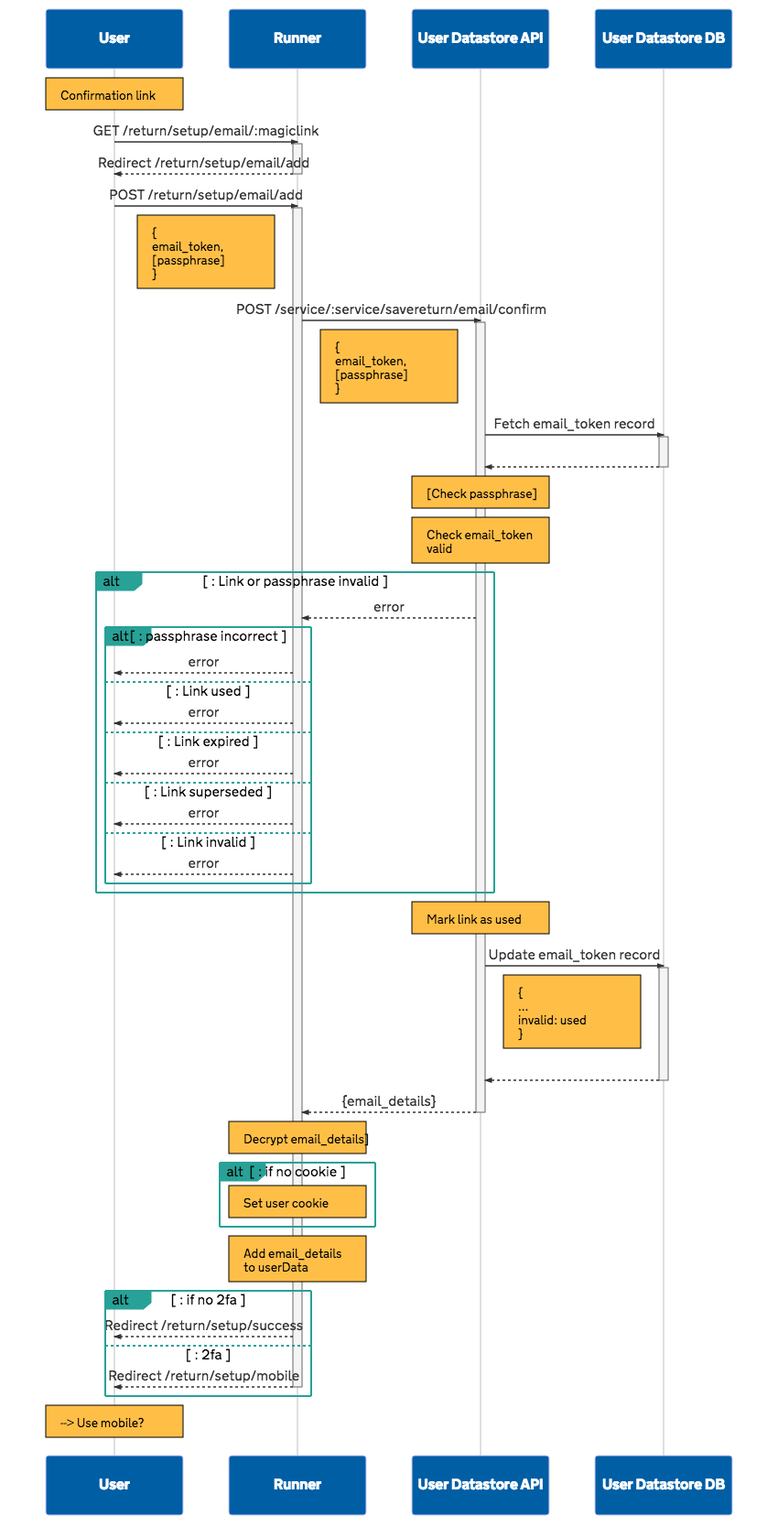
Earlier version of the Mermaid export documentation/running/save-and-return/images/return--setup--email-validation.png (ministryofjustice/form-builder). Its source is kept beside it as documentation/running/save-and-return/files/return--setup--email-validation.mmd. The source it was exported from:
```mermaid
sequenceDiagram

participant U as User

participant R as Runner

participant DS as User Datastore API

participant DB as User Datastore DB

Note over U: Confirmation link

U->>+R: GET /return/setup/email/:magiclink

R-->>-U: Redirect /return/setup/email/add

U->>+R: POST /return/setup/email/add

Note right of U: {<br>email_token,<br>[passphrase]<br>}

R->>+DS: POST /service/:service/savereturn/email/confirm

Note right of R: {<br>email_token,<br>[passphrase]<br>}

DS->>+DB: Fetch email_token record

DB-->>-DS:

Note over DS: [Check passphrase]

Note over DS: Check email_token <br>valid

alt: Link or passphrase invalid

  DS-->>R:   error

  alt: passphrase incorrect

    R-->>U:   error

  else: Link used

    R-->>U:   error

  else: Link expired

    R-->>U:   error

  else: Link superseded

    R-->>U:   error

  else: Link invalid

    R-->>U:   error

  end

end

Note over DS: Mark link as used

DS->>+DB: Update email_token record

Note right of DS: {<br>...<br>invalid: used<br>}

DB-->>-DS:

DS-->>-R:  {email_details}

Note over R: Decrypt email_details]

alt: if no cookie

  Note over R: Set user cookie

end

Note over R: Add email_details<br>to userData

alt: if no 2fa

  R-->>U: Redirect /return/setup/success

else: 2fa

 R-->>-U: Redirect /return/setup/mobile

end

Note over U: --> Use mobile?
```
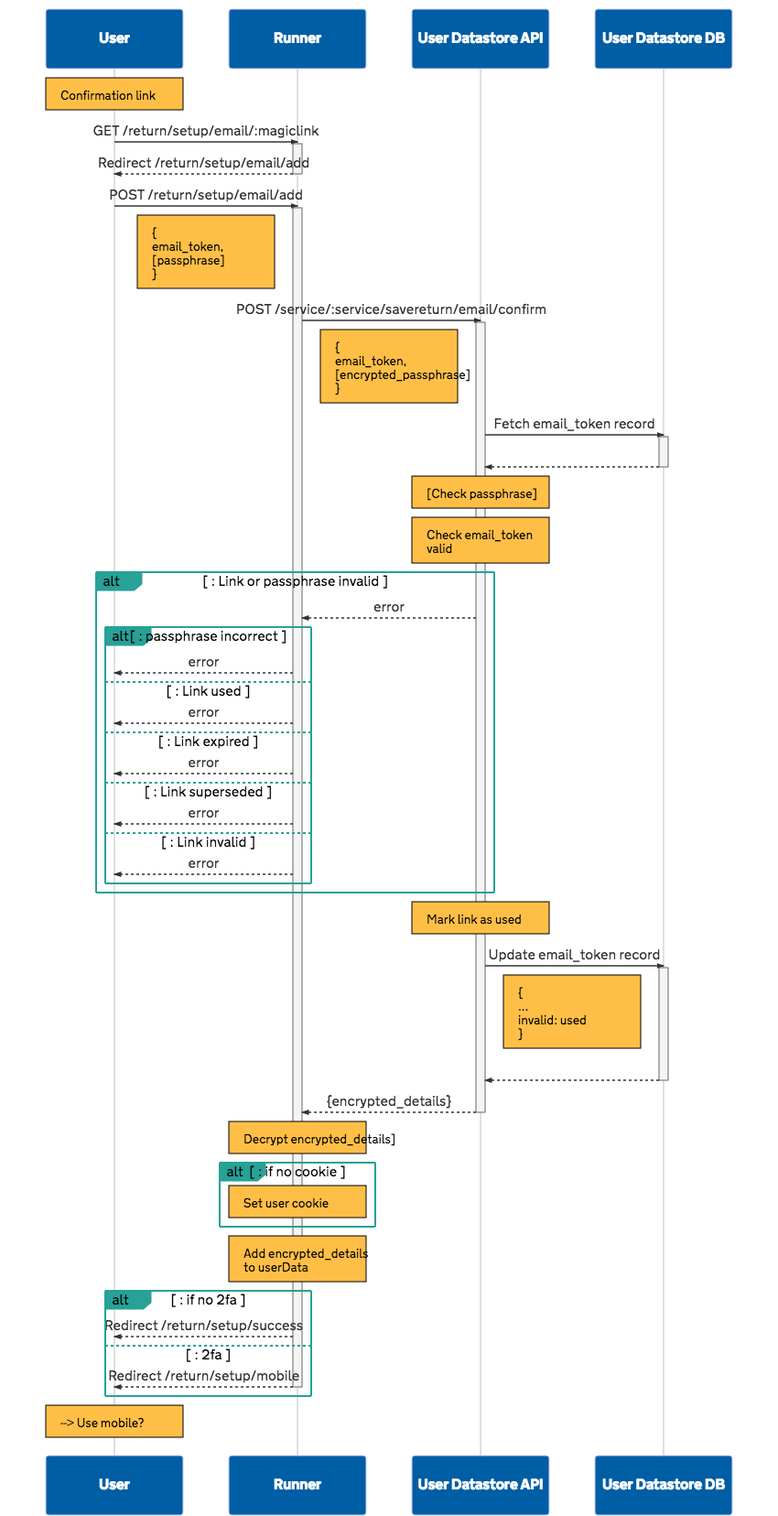
Above is the later version.

What changed in the source:
```diff
@@ -20,7 +20,7 @@
 
 R->>+DS: POST /service/:service/savereturn/email/confirm
 
-Note right of R: {<br>email_token,<br>[passphrase]<br>}
+Note right of R: {<br>email_token,<br>[encrypted_passphrase]<br>}
 
 DS->>+DB: Fetch email_token record
 
@@ -66,9 +66,9 @@
 
 DB-->>-DS:
 
-DS-->>-R:  {email_details}
+DS-->>-R:  {encrypted_details}
 
-Note over R: Decrypt email_details]
+Note over R: Decrypt encrypted_details]
 
 alt: if no cookie
 
@@ -76,7 +76,7 @@
 
 end
 
-Note over R: Add email_details<br>to userData
+Note over R: Add encrypted_details<br>to userData
 
 alt: if no 2fa
 
```
